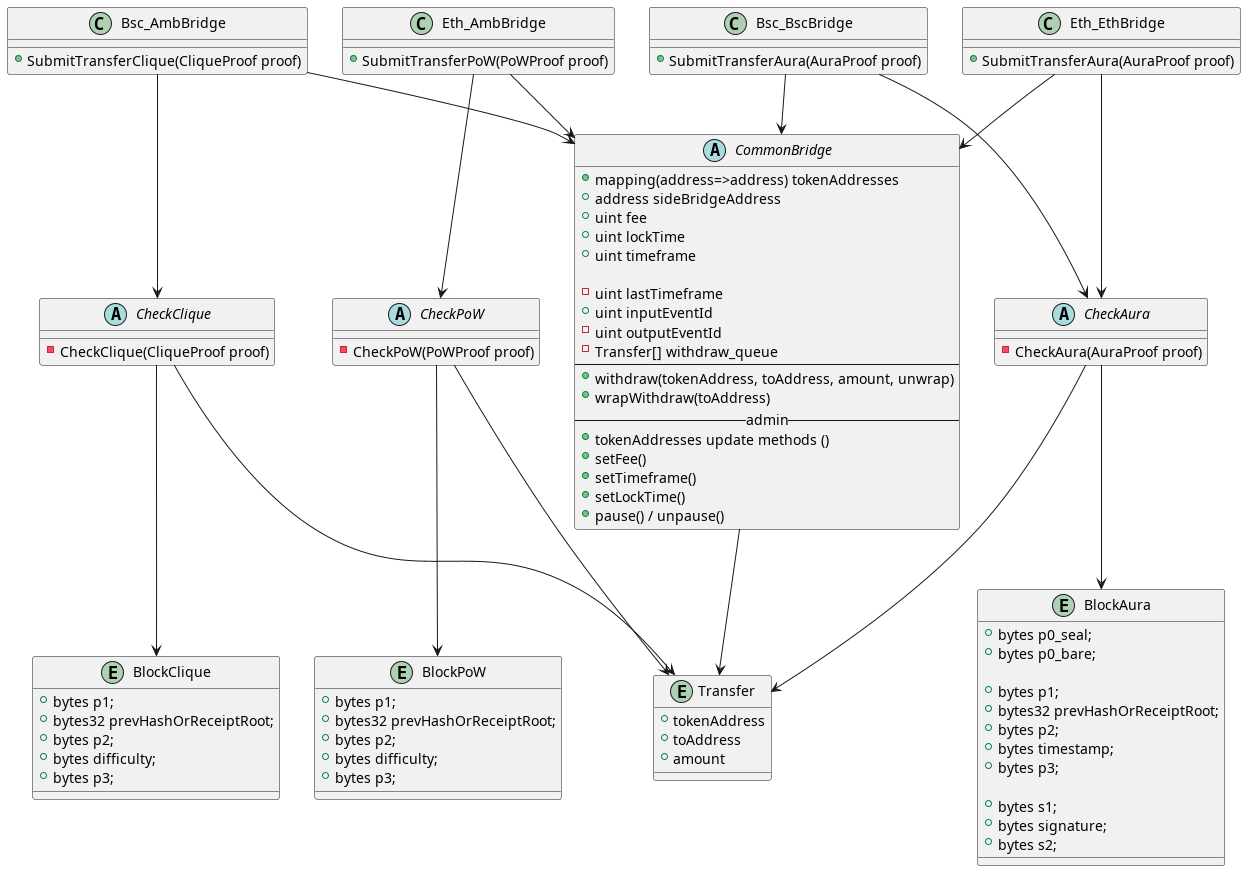
Earlier version of the PlantUML export docs/output/classes.png (ambrosus/ambrosus-bridge).
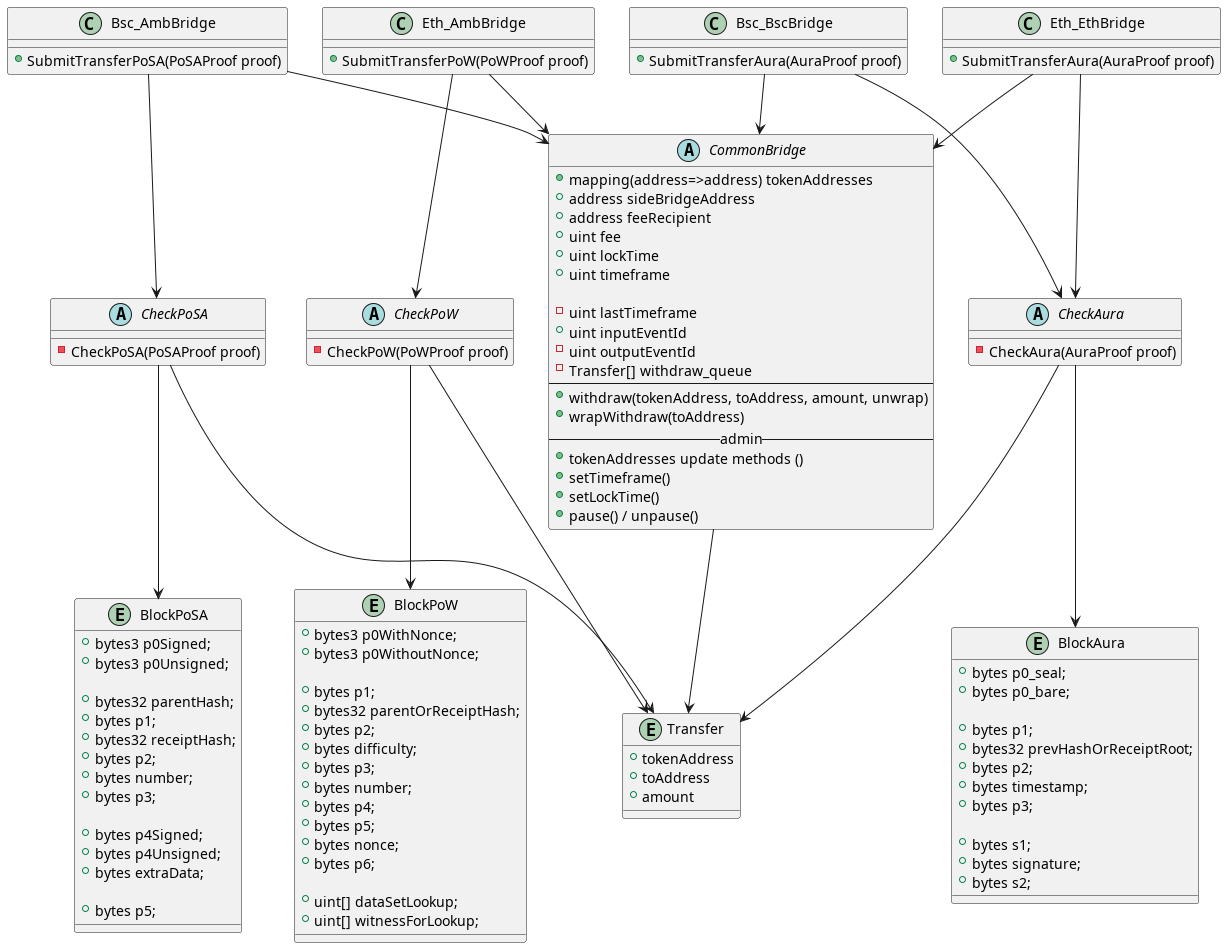
After the change.

What changed in the source:
```diff
@@ -3,7 +3,7 @@
 
 
 class Bsc_AmbBridge {
-    +SubmitTransferClique(CliqueProof proof)
+    +SubmitTransferPoSA(PoSAProof proof)
 }
 class Bsc_BscBridge {
     +SubmitTransferAura(AuraProof proof)
@@ -25,25 +25,46 @@
     -CheckAura(AuraProof proof)
 }
 
-abstract class CheckClique {
-    -CheckClique(CliqueProof proof)
+abstract class CheckPoSA {
+    -CheckPoSA(PoSAProof proof)
 }
 
 
 entity BlockPoW {
-    +bytes p1;
-    +bytes32 prevHashOrReceiptRoot;
-    +bytes p2;
-    +bytes difficulty;
-    +bytes p3;
+        +bytes3 p0WithNonce;
+        +bytes3 p0WithoutNonce;
+
+        +bytes p1;
+        +bytes32 parentOrReceiptHash;
+        +bytes p2;
+        +bytes difficulty;
+        +bytes p3;
+        +bytes number;
+        +bytes p4;
+        +bytes p5;
+        +bytes nonce;
+        +bytes p6;
+
+        +uint[] dataSetLookup;
+        +uint[] witnessForLookup;
 }
 
-entity BlockClique {
-    +bytes p1;
-    +bytes32 prevHashOrReceiptRoot;
-    +bytes p2;
-    +bytes difficulty;
-    +bytes p3;
+entity BlockPoSA {
+       +bytes3 p0Signed;
+       +bytes3 p0Unsigned;
+
+        +bytes32 parentHash;
+        +bytes p1;
+        +bytes32 receiptHash;
+        +bytes p2;
+        +bytes number;
+        +bytes p3;
+
+        +bytes p4Signed;
+        +bytes p4Unsigned;
+        +bytes extraData;
+
+        +bytes p5;
 }
 
 entity BlockAura {
@@ -66,6 +87,7 @@
 abstract class CommonBridge {
     +mapping(address=>address) tokenAddresses
     +address sideBridgeAddress
+    +address feeRecipient
     +uint fee
     +uint lockTime
     +uint timeframe
@@ -79,7 +101,6 @@
     +wrapWithdraw(toAddress)
     --admin--
     +tokenAddresses update methods ()
-    +setFee()
     +setTimeframe()
     +setLockTime()
     +pause() / unpause()
@@ -97,14 +118,14 @@
 Eth_EthBridge --> CheckAura
 
 Bsc_BscBridge --> CheckAura
-Bsc_AmbBridge --> CheckClique
+Bsc_AmbBridge --> CheckPoSA
 
 CheckPoW --> BlockPoW
-CheckClique --> BlockClique
+CheckPoSA --> BlockPoSA
 CheckAura --> BlockAura
 
 CheckPoW --> Transfer
-CheckClique --> Transfer
+CheckPoSA --> Transfer
 CheckAura --> Transfer
 
 Eth_AmbBridge --> CommonBridge
```
